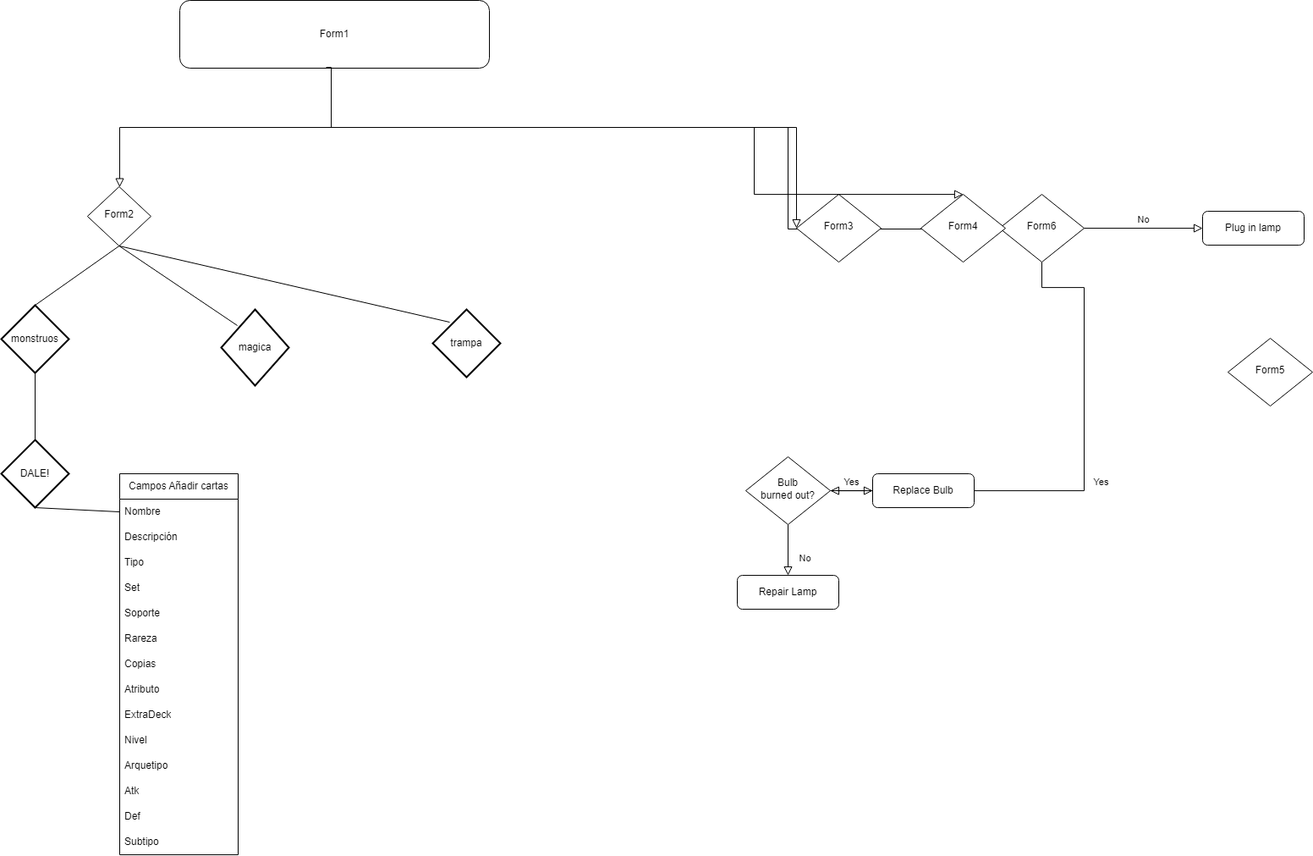
The draw.io diagram SerializableYugi/diagrama.drawio.png in ivansanjose1/TFG, before a commit. Source tidied: cells renumbered, new cells last; positions are measured from the earlier drawing's top-left corner, leaving out a move shared by most shapes.
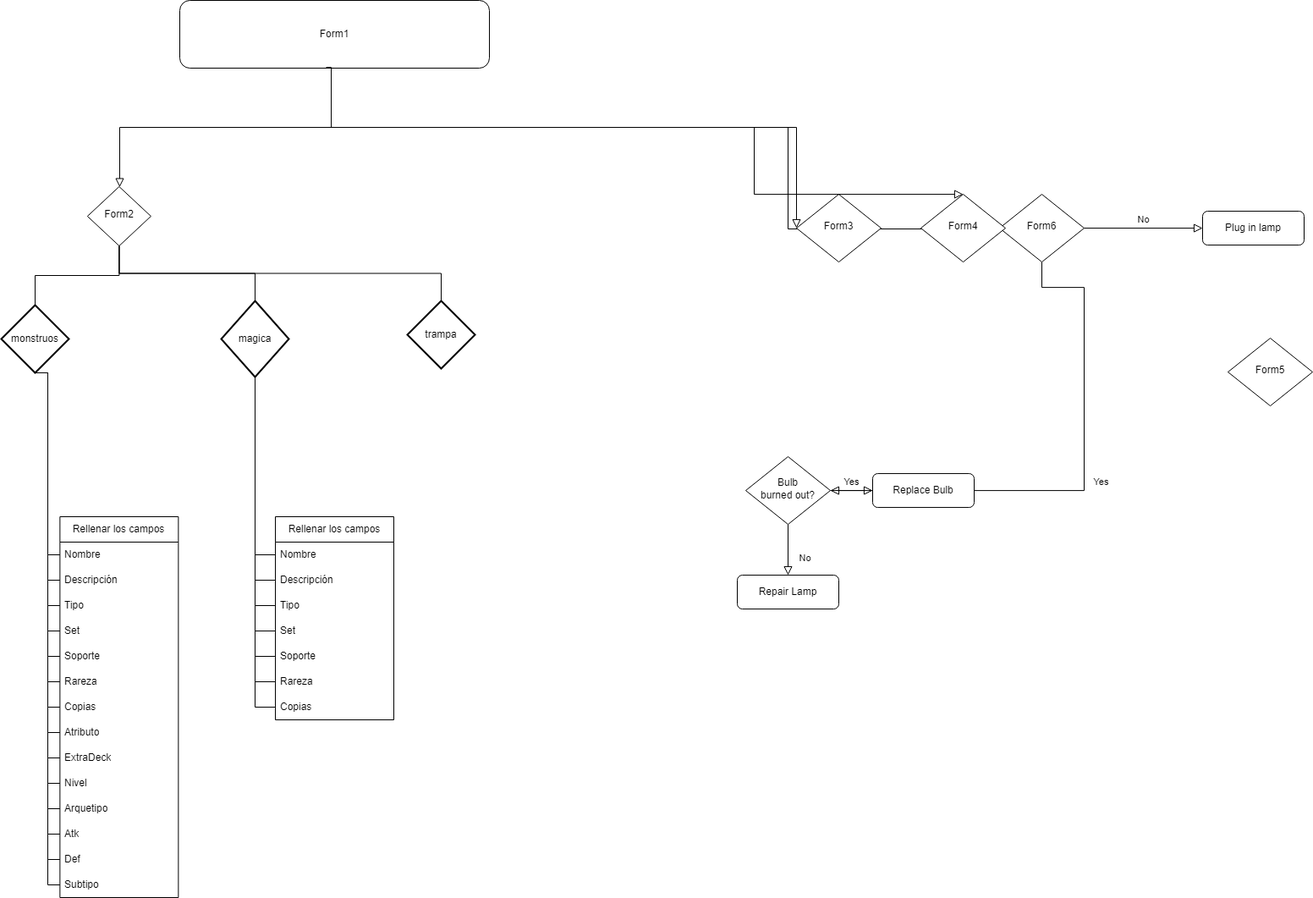
After the change.

Change to the diagram source:
```diff
@@ -91,73 +91,151 @@
       <mxGeometry y="360" width="80" height="80" as="geometry" />
     </mxCell>
     <mxCell id="21" value="magica" style="strokeWidth=2;html=1;shape=mxgraph.flowchart.decision;whiteSpace=wrap;" parent="1" vertex="1">
-      <mxGeometry x="260" y="365" width="80" height="90" as="geometry" />
+      <mxGeometry x="260" y="355" width="80" height="90" as="geometry" />
     </mxCell>
     <mxCell id="22" value="trampa" style="strokeWidth=2;html=1;shape=mxgraph.flowchart.decision;whiteSpace=wrap;" parent="1" vertex="1">
-      <mxGeometry x="510" y="365" width="80" height="80" as="geometry" />
+      <mxGeometry x="480" y="355" width="80" height="80" as="geometry" />
     </mxCell>
-    <mxCell id="23" value="Campos Añadir cartas" style="swimlane;fontStyle=0;horizontal=1;startSize=30;whiteSpace=wrap;html=1;" parent="1" vertex="1">
-      <mxGeometry x="140" y="559.1" width="140" height="450" as="geometry" />
+    <mxCell id="23" value="Rellenar los campos" style="swimlane;fontStyle=0;horizontal=1;startSize=30;whiteSpace=wrap;html=1;rotation=0;" parent="1" vertex="1">
+      <mxGeometry x="69.4" y="610" width="140" height="450" as="geometry" />
     </mxCell>
-    <mxCell id="24" value="Nombre" style="text;strokeColor=none;fillColor=none;align=left;verticalAlign=middle;spacingLeft=4;spacingRight=4;overflow=hidden;points=[[0,0.5],[1,0.5]];portConstraint=eastwest;whiteSpace=wrap;html=1;" parent="23" vertex="1">
+    <mxCell id="24" value="Nombre" style="text;strokeColor=none;fillColor=none;align=left;verticalAlign=middle;spacingLeft=4;spacingRight=4;overflow=hidden;points=[[0,0.5],[1,0.5]];portConstraint=eastwest;whiteSpace=wrap;html=1;rotation=0;" parent="23" vertex="1">
       <mxGeometry y="30" width="140" height="30" as="geometry" />
     </mxCell>
-    <mxCell id="25" value="Descripción" style="text;strokeColor=none;fillColor=none;align=left;verticalAlign=middle;spacingLeft=4;spacingRight=4;overflow=hidden;points=[[0,0.5],[1,0.5]];portConstraint=eastwest;whiteSpace=wrap;html=1;" parent="23" vertex="1">
+    <mxCell id="25" value="Descripción" style="text;strokeColor=none;fillColor=none;align=left;verticalAlign=middle;spacingLeft=4;spacingRight=4;overflow=hidden;points=[[0,0.5],[1,0.5]];portConstraint=eastwest;whiteSpace=wrap;html=1;rotation=0;" parent="23" vertex="1">
       <mxGeometry y="60" width="140" height="30" as="geometry" />
     </mxCell>
-    <mxCell id="26" value="Tipo" style="text;strokeColor=none;fillColor=none;align=left;verticalAlign=middle;spacingLeft=4;spacingRight=4;overflow=hidden;points=[[0,0.5],[1,0.5]];portConstraint=eastwest;whiteSpace=wrap;html=1;" parent="23" vertex="1">
+    <mxCell id="26" value="Tipo" style="text;strokeColor=none;fillColor=none;align=left;verticalAlign=middle;spacingLeft=4;spacingRight=4;overflow=hidden;points=[[0,0.5],[1,0.5]];portConstraint=eastwest;whiteSpace=wrap;html=1;rotation=0;" parent="23" vertex="1">
       <mxGeometry y="90" width="140" height="30" as="geometry" />
     </mxCell>
-    <mxCell id="27" value="Set" style="text;strokeColor=none;fillColor=none;align=left;verticalAlign=middle;spacingLeft=4;spacingRight=4;overflow=hidden;points=[[0,0.5],[1,0.5]];portConstraint=eastwest;whiteSpace=wrap;html=1;" parent="23" vertex="1">
+    <mxCell id="27" value="Set" style="text;strokeColor=none;fillColor=none;align=left;verticalAlign=middle;spacingLeft=4;spacingRight=4;overflow=hidden;points=[[0,0.5],[1,0.5]];portConstraint=eastwest;whiteSpace=wrap;html=1;rotation=0;" parent="23" vertex="1">
       <mxGeometry y="120" width="140" height="30" as="geometry" />
     </mxCell>
-    <mxCell id="28" value="Soporte" style="text;strokeColor=none;fillColor=none;align=left;verticalAlign=middle;spacingLeft=4;spacingRight=4;overflow=hidden;points=[[0,0.5],[1,0.5]];portConstraint=eastwest;whiteSpace=wrap;html=1;" parent="23" vertex="1">
+    <mxCell id="28" value="Soporte" style="text;strokeColor=none;fillColor=none;align=left;verticalAlign=middle;spacingLeft=4;spacingRight=4;overflow=hidden;points=[[0,0.5],[1,0.5]];portConstraint=eastwest;whiteSpace=wrap;html=1;rotation=0;" parent="23" vertex="1">
       <mxGeometry y="150" width="140" height="30" as="geometry" />
     </mxCell>
-    <mxCell id="29" value="Rareza" style="text;strokeColor=none;fillColor=none;align=left;verticalAlign=middle;spacingLeft=4;spacingRight=4;overflow=hidden;points=[[0,0.5],[1,0.5]];portConstraint=eastwest;whiteSpace=wrap;html=1;" parent="23" vertex="1">
+    <mxCell id="29" value="Rareza" style="text;strokeColor=none;fillColor=none;align=left;verticalAlign=middle;spacingLeft=4;spacingRight=4;overflow=hidden;points=[[0,0.5],[1,0.5]];portConstraint=eastwest;whiteSpace=wrap;html=1;rotation=0;" parent="23" vertex="1">
       <mxGeometry y="180" width="140" height="30" as="geometry" />
     </mxCell>
-    <mxCell id="30" value="Copias" style="text;strokeColor=none;fillColor=none;align=left;verticalAlign=middle;spacingLeft=4;spacingRight=4;overflow=hidden;points=[[0,0.5],[1,0.5]];portConstraint=eastwest;whiteSpace=wrap;html=1;" parent="23" vertex="1">
+    <mxCell id="30" value="Copias" style="text;strokeColor=none;fillColor=none;align=left;verticalAlign=middle;spacingLeft=4;spacingRight=4;overflow=hidden;points=[[0,0.5],[1,0.5]];portConstraint=eastwest;whiteSpace=wrap;html=1;rotation=0;" parent="23" vertex="1">
       <mxGeometry y="210" width="140" height="30" as="geometry" />
     </mxCell>
-    <mxCell id="31" value="Atributo" style="text;strokeColor=none;fillColor=none;align=left;verticalAlign=middle;spacingLeft=4;spacingRight=4;overflow=hidden;points=[[0,0.5],[1,0.5]];portConstraint=eastwest;whiteSpace=wrap;html=1;" parent="23" vertex="1">
+    <mxCell id="31" value="Atributo" style="text;strokeColor=none;fillColor=none;align=left;verticalAlign=middle;spacingLeft=4;spacingRight=4;overflow=hidden;points=[[0,0.5],[1,0.5]];portConstraint=eastwest;whiteSpace=wrap;html=1;rotation=0;" parent="23" vertex="1">
       <mxGeometry y="240" width="140" height="30" as="geometry" />
     </mxCell>
-    <mxCell id="32" value="ExtraDeck" style="text;strokeColor=none;fillColor=none;align=left;verticalAlign=middle;spacingLeft=4;spacingRight=4;overflow=hidden;points=[[0,0.5],[1,0.5]];portConstraint=eastwest;whiteSpace=wrap;html=1;" parent="23" vertex="1">
+    <mxCell id="32" value="ExtraDeck" style="text;strokeColor=none;fillColor=none;align=left;verticalAlign=middle;spacingLeft=4;spacingRight=4;overflow=hidden;points=[[0,0.5],[1,0.5]];portConstraint=eastwest;whiteSpace=wrap;html=1;rotation=0;" parent="23" vertex="1">
       <mxGeometry y="270" width="140" height="30" as="geometry" />
     </mxCell>
-    <mxCell id="33" value="Nivel" style="text;strokeColor=none;fillColor=none;align=left;verticalAlign=middle;spacingLeft=4;spacingRight=4;overflow=hidden;points=[[0,0.5],[1,0.5]];portConstraint=eastwest;whiteSpace=wrap;html=1;" parent="23" vertex="1">
+    <mxCell id="33" value="Nivel" style="text;strokeColor=none;fillColor=none;align=left;verticalAlign=middle;spacingLeft=4;spacingRight=4;overflow=hidden;points=[[0,0.5],[1,0.5]];portConstraint=eastwest;whiteSpace=wrap;html=1;rotation=0;" parent="23" vertex="1">
       <mxGeometry y="300" width="140" height="30" as="geometry" />
     </mxCell>
-    <mxCell id="34" value="Arquetipo" style="text;strokeColor=none;fillColor=none;align=left;verticalAlign=middle;spacingLeft=4;spacingRight=4;overflow=hidden;points=[[0,0.5],[1,0.5]];portConstraint=eastwest;whiteSpace=wrap;html=1;" parent="23" vertex="1">
+    <mxCell id="34" value="Arquetipo" style="text;strokeColor=none;fillColor=none;align=left;verticalAlign=middle;spacingLeft=4;spacingRight=4;overflow=hidden;points=[[0,0.5],[1,0.5]];portConstraint=eastwest;whiteSpace=wrap;html=1;rotation=0;" parent="23" vertex="1">
       <mxGeometry y="330" width="140" height="30" as="geometry" />
     </mxCell>
-    <mxCell id="35" value="Atk" style="text;strokeColor=none;fillColor=none;align=left;verticalAlign=middle;spacingLeft=4;spacingRight=4;overflow=hidden;points=[[0,0.5],[1,0.5]];portConstraint=eastwest;whiteSpace=wrap;html=1;" parent="23" vertex="1">
+    <mxCell id="35" value="Atk" style="text;strokeColor=none;fillColor=none;align=left;verticalAlign=middle;spacingLeft=4;spacingRight=4;overflow=hidden;points=[[0,0.5],[1,0.5]];portConstraint=eastwest;whiteSpace=wrap;html=1;rotation=0;" parent="23" vertex="1">
       <mxGeometry y="360" width="140" height="30" as="geometry" />
     </mxCell>
-    <mxCell id="36" value="Def" style="text;strokeColor=none;fillColor=none;align=left;verticalAlign=middle;spacingLeft=4;spacingRight=4;overflow=hidden;points=[[0,0.5],[1,0.5]];portConstraint=eastwest;whiteSpace=wrap;html=1;" parent="23" vertex="1">
+    <mxCell id="36" value="Def" style="text;strokeColor=none;fillColor=none;align=left;verticalAlign=middle;spacingLeft=4;spacingRight=4;overflow=hidden;points=[[0,0.5],[1,0.5]];portConstraint=eastwest;whiteSpace=wrap;html=1;rotation=0;" parent="23" vertex="1">
       <mxGeometry y="390" width="140" height="30" as="geometry" />
     </mxCell>
-    <mxCell id="37" value="Subtipo" style="text;strokeColor=none;fillColor=none;align=left;verticalAlign=middle;spacingLeft=4;spacingRight=4;overflow=hidden;points=[[0,0.5],[1,0.5]];portConstraint=eastwest;whiteSpace=wrap;html=1;" parent="23" vertex="1">
+    <mxCell id="37" value="Subtipo" style="text;strokeColor=none;fillColor=none;align=left;verticalAlign=middle;spacingLeft=4;spacingRight=4;overflow=hidden;points=[[0,0.5],[1,0.5]];portConstraint=eastwest;whiteSpace=wrap;html=1;rotation=0;" parent="23" vertex="1">
       <mxGeometry y="420" width="140" height="30" as="geometry" />
     </mxCell>
-    <mxCell id="38" style="endArrow=none;html=1;rounded=0;entryX=0.5;entryY=1;entryDx=0;entryDy=0;exitX=0.5;exitY=0;exitDx=0;exitDy=0;exitPerimeter=0;" parent="1" edge="1" source="20" target="13">
+    <mxCell id="38" style="endArrow=none;html=1;rounded=0;entryX=0.5;entryY=1;entryDx=0;entryDy=0;exitX=0.5;exitY=0;exitDx=0;exitDy=0;exitPerimeter=0;edgeStyle=orthogonalEdgeStyle;" parent="1" edge="1" source="20" target="13">
       <mxGeometry relative="1" as="geometry" />
     </mxCell>
-    <mxCell id="39" style="endArrow=none;html=1;rounded=0;entryX=0.5;entryY=1;entryDx=0;entryDy=0;exitX=0.238;exitY=0.211;exitDx=0;exitDy=0;exitPerimeter=0;" parent="1" edge="1" source="21" target="13">
+    <mxCell id="39" style="endArrow=none;html=1;rounded=0;entryX=0.5;entryY=1;entryDx=0;entryDy=0;exitX=0.5;exitY=0;exitDx=0;exitDy=0;exitPerimeter=0;edgeStyle=orthogonalEdgeStyle;" parent="1" edge="1" source="21" target="13">
       <mxGeometry relative="1" as="geometry" />
     </mxCell>
-    <mxCell id="40" style="endArrow=none;html=1;rounded=0;entryX=0.25;entryY=0.188;entryDx=0;entryDy=0;exitX=0.5;exitY=1;exitDx=0;exitDy=0;entryPerimeter=0;" parent="1" edge="1" source="13" target="22">
+    <mxCell id="40" style="endArrow=none;html=1;rounded=0;entryX=0.5;entryY=0;entryDx=0;entryDy=0;exitX=0.5;exitY=1;exitDx=0;exitDy=0;entryPerimeter=0;edgeStyle=orthogonalEdgeStyle;" parent="1" edge="1" source="13" target="22">
       <mxGeometry relative="1" as="geometry" />
     </mxCell>
-    <mxCell id="41" value="DALE!" style="strokeWidth=2;html=1;shape=mxgraph.flowchart.decision;whiteSpace=wrap;" parent="1" vertex="1">
-      <mxGeometry y="519.1" width="80" height="80" as="geometry" />
-    </mxCell>
-    <mxCell id="42" style="endArrow=none;html=1;rounded=0;entryX=0.5;entryY=1;entryDx=0;entryDy=0;entryPerimeter=0;exitX=0.5;exitY=0;exitDx=0;exitDy=0;exitPerimeter=0;" parent="1" edge="1" source="41" target="20">
-      <mxGeometry relative="1" as="geometry" />
-    </mxCell>
-    <mxCell id="43" style="endArrow=none;html=1;rounded=0;entryX=0.5;entryY=1;entryDx=0;entryDy=0;entryPerimeter=0;exitX=0;exitY=0.5;exitDx=0;exitDy=0;" parent="1" edge="1" source="24" target="41">
+    <mxCell id="43" style="endArrow=none;html=1;rounded=0;entryX=0.5;entryY=1;entryDx=0;entryDy=0;entryPerimeter=0;exitX=0;exitY=0.5;exitDx=0;exitDy=0;edgeStyle=elbowEdgeStyle;" parent="1" edge="1" source="24" target="20">
       <mxGeometry relative="1" as="geometry" />
     </mxCell>
+    <mxCell id="44" style="endArrow=none;html=1;rounded=0;entryX=0;entryY=0.5;entryDx=0;entryDy=0;edgeStyle=elbowEdgeStyle;exitX=0.5;exitY=1;exitDx=0;exitDy=0;exitPerimeter=0;" parent="1" edge="1" source="20" target="25">
+      <mxGeometry relative="1" as="geometry" />
+    </mxCell>
+    <mxCell id="45" style="endArrow=none;html=1;rounded=0;entryX=0;entryY=0.5;entryDx=0;entryDy=0;edgeStyle=elbowEdgeStyle;exitX=0.5;exitY=1;exitDx=0;exitDy=0;exitPerimeter=0;" parent="1" edge="1" source="20" target="26">
+      <mxGeometry relative="1" as="geometry" />
+    </mxCell>
+    <mxCell id="46" style="endArrow=none;html=1;rounded=0;entryX=0;entryY=0.5;entryDx=0;entryDy=0;edgeStyle=elbowEdgeStyle;exitX=0.5;exitY=1;exitDx=0;exitDy=0;exitPerimeter=0;" parent="1" edge="1" source="20" target="27">
+      <mxGeometry relative="1" as="geometry" />
+    </mxCell>
+    <mxCell id="47" style="endArrow=none;html=1;rounded=0;entryX=0;entryY=0.5;entryDx=0;entryDy=0;edgeStyle=elbowEdgeStyle;exitX=0.5;exitY=1;exitDx=0;exitDy=0;exitPerimeter=0;" parent="1" edge="1" source="20" target="28">
+      <mxGeometry relative="1" as="geometry" />
+    </mxCell>
+    <mxCell id="48" style="endArrow=none;html=1;rounded=0;entryX=0;entryY=0.5;entryDx=0;entryDy=0;edgeStyle=elbowEdgeStyle;exitX=0.5;exitY=1;exitDx=0;exitDy=0;exitPerimeter=0;" parent="1" edge="1" source="20" target="29">
+      <mxGeometry relative="1" as="geometry" />
+    </mxCell>
+    <mxCell id="49" style="endArrow=none;html=1;rounded=0;entryX=0;entryY=0.5;entryDx=0;entryDy=0;edgeStyle=elbowEdgeStyle;exitX=0.5;exitY=1;exitDx=0;exitDy=0;exitPerimeter=0;" parent="1" edge="1" source="20" target="30">
+      <mxGeometry relative="1" as="geometry" />
+    </mxCell>
+    <mxCell id="50" style="endArrow=none;html=1;rounded=0;entryX=0;entryY=0.5;entryDx=0;entryDy=0;edgeStyle=elbowEdgeStyle;exitX=0.5;exitY=1;exitDx=0;exitDy=0;exitPerimeter=0;" parent="1" edge="1" source="20" target="31">
+      <mxGeometry relative="1" as="geometry" />
+    </mxCell>
+    <mxCell id="51" style="endArrow=none;html=1;rounded=0;entryX=0;entryY=0.5;entryDx=0;entryDy=0;edgeStyle=elbowEdgeStyle;exitX=0.5;exitY=1;exitDx=0;exitDy=0;exitPerimeter=0;" parent="1" edge="1" source="20" target="32">
+      <mxGeometry relative="1" as="geometry" />
+    </mxCell>
+    <mxCell id="52" style="endArrow=none;html=1;rounded=0;entryX=0;entryY=0.5;entryDx=0;entryDy=0;edgeStyle=elbowEdgeStyle;exitX=0.5;exitY=1;exitDx=0;exitDy=0;exitPerimeter=0;" parent="1" edge="1" source="20" target="33">
+      <mxGeometry relative="1" as="geometry" />
+    </mxCell>
+    <mxCell id="53" style="endArrow=none;html=1;rounded=0;entryX=0;entryY=0.5;entryDx=0;entryDy=0;edgeStyle=elbowEdgeStyle;exitX=0.5;exitY=1;exitDx=0;exitDy=0;exitPerimeter=0;" parent="1" edge="1" source="20" target="34">
+      <mxGeometry relative="1" as="geometry" />
+    </mxCell>
+    <mxCell id="54" style="endArrow=none;html=1;rounded=0;entryX=0;entryY=0.5;entryDx=0;entryDy=0;edgeStyle=elbowEdgeStyle;exitX=0.5;exitY=1;exitDx=0;exitDy=0;exitPerimeter=0;" parent="1" edge="1" source="20" target="35">
+      <mxGeometry relative="1" as="geometry" />
+    </mxCell>
+    <mxCell id="55" style="endArrow=none;html=1;rounded=0;entryX=0;entryY=0.5;entryDx=0;entryDy=0;edgeStyle=elbowEdgeStyle;exitX=0.5;exitY=1;exitDx=0;exitDy=0;exitPerimeter=0;" parent="1" edge="1" source="20" target="36">
+      <mxGeometry relative="1" as="geometry" />
+    </mxCell>
+    <mxCell id="56" style="endArrow=none;html=1;rounded=0;edgeStyle=elbowEdgeStyle;exitX=0.5;exitY=1;exitDx=0;exitDy=0;exitPerimeter=0;entryX=0;entryY=0.5;entryDx=0;entryDy=0;" parent="1" edge="1" source="20" target="37">
+      <mxGeometry relative="1" as="geometry" />
+    </mxCell>
+    <mxCell id="57" value="Rellenar los campos" style="swimlane;fontStyle=0;horizontal=1;startSize=30;whiteSpace=wrap;html=1;rotation=0;" parent="1" vertex="1">
+      <mxGeometry x="324" y="610" width="140" height="240" as="geometry" />
+    </mxCell>
+    <mxCell id="58" value="Nombre" style="text;strokeColor=none;fillColor=none;align=left;verticalAlign=middle;spacingLeft=4;spacingRight=4;overflow=hidden;points=[[0,0.5],[1,0.5]];portConstraint=eastwest;whiteSpace=wrap;html=1;rotation=0;" parent="57" vertex="1">
+      <mxGeometry y="30" width="140" height="30" as="geometry" />
+    </mxCell>
+    <mxCell id="59" value="Descripción" style="text;strokeColor=none;fillColor=none;align=left;verticalAlign=middle;spacingLeft=4;spacingRight=4;overflow=hidden;points=[[0,0.5],[1,0.5]];portConstraint=eastwest;whiteSpace=wrap;html=1;rotation=0;" parent="57" vertex="1">
+      <mxGeometry y="60" width="140" height="30" as="geometry" />
+    </mxCell>
+    <mxCell id="60" value="Tipo" style="text;strokeColor=none;fillColor=none;align=left;verticalAlign=middle;spacingLeft=4;spacingRight=4;overflow=hidden;points=[[0,0.5],[1,0.5]];portConstraint=eastwest;whiteSpace=wrap;html=1;rotation=0;" parent="57" vertex="1">
+      <mxGeometry y="90" width="140" height="30" as="geometry" />
+    </mxCell>
+    <mxCell id="61" value="Set" style="text;strokeColor=none;fillColor=none;align=left;verticalAlign=middle;spacingLeft=4;spacingRight=4;overflow=hidden;points=[[0,0.5],[1,0.5]];portConstraint=eastwest;whiteSpace=wrap;html=1;rotation=0;" parent="57" vertex="1">
+      <mxGeometry y="120" width="140" height="30" as="geometry" />
+    </mxCell>
+    <mxCell id="62" value="Soporte" style="text;strokeColor=none;fillColor=none;align=left;verticalAlign=middle;spacingLeft=4;spacingRight=4;overflow=hidden;points=[[0,0.5],[1,0.5]];portConstraint=eastwest;whiteSpace=wrap;html=1;rotation=0;" parent="57" vertex="1">
+      <mxGeometry y="150" width="140" height="30" as="geometry" />
+    </mxCell>
+    <mxCell id="63" value="Rareza" style="text;strokeColor=none;fillColor=none;align=left;verticalAlign=middle;spacingLeft=4;spacingRight=4;overflow=hidden;points=[[0,0.5],[1,0.5]];portConstraint=eastwest;whiteSpace=wrap;html=1;rotation=0;" parent="57" vertex="1">
+      <mxGeometry y="180" width="140" height="30" as="geometry" />
+    </mxCell>
+    <mxCell id="64" value="Copias" style="text;strokeColor=none;fillColor=none;align=left;verticalAlign=middle;spacingLeft=4;spacingRight=4;overflow=hidden;points=[[0,0.5],[1,0.5]];portConstraint=eastwest;whiteSpace=wrap;html=1;rotation=0;" parent="57" vertex="1">
+      <mxGeometry y="210" width="140" height="30" as="geometry" />
+    </mxCell>
+    <mxCell id="65" style="endArrow=none;html=1;rounded=0;entryX=0.5;entryY=1;entryDx=0;entryDy=0;entryPerimeter=0;exitX=0;exitY=0.5;exitDx=0;exitDy=0;edgeStyle=orthogonalEdgeStyle;" parent="1" edge="1" source="58" target="21">
+      <mxGeometry relative="1" as="geometry" />
+    </mxCell>
+    <mxCell id="66" style="endArrow=none;html=1;rounded=0;entryX=0.5;entryY=1;entryDx=0;entryDy=0;entryPerimeter=0;exitX=0;exitY=0.5;exitDx=0;exitDy=0;edgeStyle=orthogonalEdgeStyle;" parent="1" edge="1" source="59" target="21">
+      <mxGeometry relative="1" as="geometry" />
+    </mxCell>
+    <mxCell id="67" style="endArrow=none;html=1;rounded=0;entryX=0.5;entryY=1;entryDx=0;entryDy=0;entryPerimeter=0;exitX=0;exitY=0.5;exitDx=0;exitDy=0;edgeStyle=orthogonalEdgeStyle;" parent="1" edge="1" source="60" target="21">
+      <mxGeometry relative="1" as="geometry" />
+    </mxCell>
+    <mxCell id="68" style="endArrow=none;html=1;rounded=0;entryX=0.5;entryY=1;entryDx=0;entryDy=0;entryPerimeter=0;exitX=0;exitY=0.5;exitDx=0;exitDy=0;edgeStyle=orthogonalEdgeStyle;" parent="1" edge="1" source="61" target="21">
+      <mxGeometry relative="1" as="geometry" />
+    </mxCell>
+    <mxCell id="69" style="endArrow=none;html=1;rounded=0;entryX=0.5;entryY=1;entryDx=0;entryDy=0;entryPerimeter=0;exitX=0;exitY=0.5;exitDx=0;exitDy=0;edgeStyle=orthogonalEdgeStyle;" parent="1" edge="1" source="62" target="21">
+      <mxGeometry relative="1" as="geometry" />
+    </mxCell>
+    <mxCell id="70" style="endArrow=none;html=1;rounded=0;entryX=0.5;entryY=1;entryDx=0;entryDy=0;entryPerimeter=0;exitX=0;exitY=0.5;exitDx=0;exitDy=0;edgeStyle=orthogonalEdgeStyle;" parent="1" edge="1" source="63" target="21">
+      <mxGeometry relative="1" as="geometry" />
+    </mxCell>
+    <mxCell id="71" style="endArrow=none;html=1;rounded=0;entryX=0.5;entryY=1;entryDx=0;entryDy=0;entryPerimeter=0;exitX=0;exitY=0.5;exitDx=0;exitDy=0;edgeStyle=orthogonalEdgeStyle;" parent="1" edge="1" source="64" target="21">
+      <mxGeometry relative="1" as="geometry" />
+    </mxCell>
   </root>
 </mxGraphModel>
```
